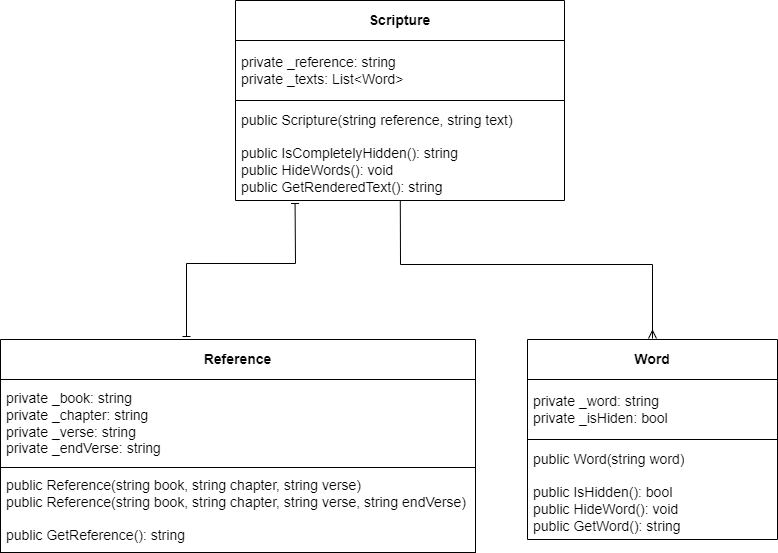
cprincec/cse210-spring-2023-projects keeps this draw.io diagram as prove/Develop03/memorizer.drawio.png. Above is the earlier version. Source tidied: cells renumbered, new cells last; positions are measured from the earlier drawing's top-left corner, leaving out a move shared by most shapes. Its diagram source:
```xml
<mxGraphModel background="#ffffff">
  <root>
    <mxCell id="0" />
    <mxCell id="1" parent="0" />
    <mxCell id="2" style="html=1;fontSize=7;exitX=0.183;exitY=1.032;exitDx=0;exitDy=0;exitPerimeter=0;rounded=0;endArrow=baseDash;endFill=0;startArrow=baseDash;startFill=0;strokeColor=#000000;" parent="1" edge="1" source="7">
      <mxGeometry relative="1" as="geometry">
        <mxPoint x="186" y="336" as="targetPoint" />
        <Array as="points">
          <mxPoint x="295" y="263" />
          <mxPoint x="186" y="263" />
        </Array>
      </mxGeometry>
    </mxCell>
    <mxCell id="3" style="edgeStyle=none;rounded=0;html=1;entryX=0.5;entryY=0;entryDx=0;entryDy=0;fontSize=7;endArrow=ERmany;endFill=0;strokeColor=#000000;" parent="1" edge="1" source="4" target="8">
      <mxGeometry relative="1" as="geometry">
        <Array as="points">
          <mxPoint x="400" y="264" />
          <mxPoint x="652" y="264" />
        </Array>
      </mxGeometry>
    </mxCell>
    <mxCell id="4" value="&lt;b&gt;&lt;font style=&quot;font-size: 14px;&quot;&gt;Scripture&lt;/font&gt;&lt;/b&gt;" style="swimlane;fontStyle=0;horizontal=1;startSize=40;whiteSpace=wrap;html=1;strokeColor=#000000;fillColor=none;fontColor=#000000;" parent="1" vertex="1">
      <mxGeometry x="235" width="329" height="200" as="geometry" />
    </mxCell>
    <mxCell id="5" value="&lt;font style=&quot;font-size: 14px;&quot;&gt;private _reference: string&lt;br&gt;private _texts: List&amp;lt;Word&amp;gt;&lt;/font&gt;" style="text;align=left;verticalAlign=middle;spacingLeft=4;spacingRight=4;overflow=hidden;whiteSpace=wrap;html=1;strokeWidth=1;perimeterSpacing=1;strokeColor=#000000;fontColor=#000000;" parent="4" vertex="1">
      <mxGeometry y="40" width="329" height="60" as="geometry" />
    </mxCell>
    <mxCell id="6" value="&lt;font style=&quot;font-size: 14px;&quot;&gt;public Scripture(string reference, string text)&lt;/font&gt;" style="text;strokeColor=none;fillColor=none;align=left;verticalAlign=middle;spacingLeft=4;spacingRight=4;overflow=hidden;whiteSpace=wrap;html=1;fontColor=#000000;" parent="4" vertex="1">
      <mxGeometry y="100" width="329" height="40" as="geometry" />
    </mxCell>
    <mxCell id="7" value="&lt;font style=&quot;font-size: 14px;&quot;&gt;public IsCompletelyHidden(): string&lt;br&gt;public HideWords(): void&lt;br&gt;public GetRenderedText(): string&lt;/font&gt;" style="text;strokeColor=none;fillColor=none;align=left;verticalAlign=middle;spacingLeft=4;spacingRight=4;overflow=hidden;points=[[0,0.5],[1,0.5]];portConstraint=eastwest;whiteSpace=wrap;html=1;perimeterSpacing=1;fontColor=#000000;" parent="4" vertex="1">
      <mxGeometry y="140" width="329" height="60" as="geometry" />
    </mxCell>
    <mxCell id="8" value="&lt;b&gt;&lt;font style=&quot;font-size: 14px;&quot;&gt;Word&lt;/font&gt;&lt;/b&gt;" style="swimlane;fontStyle=0;horizontal=1;startSize=40;whiteSpace=wrap;html=1;fillColor=none;strokeColor=#000000;perimeterSpacing=1;fontColor=#000000;" parent="1" vertex="1">
      <mxGeometry x="527" y="339" width="250" height="200" as="geometry" />
    </mxCell>
    <mxCell id="9" value="&lt;font style=&quot;font-size: 14px;&quot;&gt;private _word: string&lt;br&gt;private _isHiden: bool&lt;/font&gt;" style="text;strokeColor=#000000;fillColor=none;align=left;verticalAlign=middle;spacingLeft=4;spacingRight=4;overflow=hidden;whiteSpace=wrap;html=1;strokeWidth=1;perimeterSpacing=1;fontColor=#000000;" parent="8" vertex="1">
      <mxGeometry y="40" width="250" height="60" as="geometry" />
    </mxCell>
    <mxCell id="10" value="&lt;font style=&quot;font-size: 14px;&quot;&gt;public Word(string word)&lt;/font&gt;" style="text;strokeColor=none;fillColor=none;align=left;verticalAlign=middle;spacingLeft=4;spacingRight=4;overflow=hidden;whiteSpace=wrap;html=1;fontColor=#000000;" parent="8" vertex="1">
      <mxGeometry y="100" width="250" height="40" as="geometry" />
    </mxCell>
    <mxCell id="11" value="&lt;font style=&quot;font-size: 14px;&quot;&gt;public IsHidden(): bool&lt;br&gt;public HideWord(): void&lt;br&gt;public GetWord(): string&lt;/font&gt;" style="text;strokeColor=none;fillColor=none;align=left;verticalAlign=middle;spacingLeft=4;spacingRight=4;overflow=hidden;whiteSpace=wrap;html=1;perimeterSpacing=1;fontColor=#000000;" parent="8" vertex="1">
      <mxGeometry y="140" width="250" height="60" as="geometry" />
    </mxCell>
    <mxCell id="12" value="&lt;b&gt;&lt;font style=&quot;font-size: 14px;&quot;&gt;Reference&lt;/font&gt;&lt;/b&gt;" style="swimlane;fontStyle=0;horizontal=1;startSize=40;whiteSpace=wrap;html=1;rounded=0;shadow=0;glass=0;fillStyle=auto;fillColor=none;strokeColor=#000000;strokeWidth=1;fontColor=#000000;" parent="1" vertex="1">
      <mxGeometry y="339" width="475" height="213" as="geometry" />
    </mxCell>
    <mxCell id="13" value="&lt;font style=&quot;font-size: 14px;&quot;&gt;private _book: string&lt;br&gt;private _chapter: string&lt;br&gt;private _verse: string&lt;br&gt;private _endVerse: string&lt;/font&gt;" style="text;strokeColor=#000000;fillColor=none;align=left;verticalAlign=middle;spacingLeft=4;spacingRight=4;overflow=hidden;whiteSpace=wrap;html=1;strokeWidth=1;perimeterSpacing=1;fontColor=#000000;" parent="12" vertex="1">
      <mxGeometry y="40" width="475" height="88" as="geometry" />
    </mxCell>
    <mxCell id="14" value="&lt;font style=&quot;font-size: 14px;&quot;&gt;public Reference(string book, string chapter, string verse)&lt;br&gt;public Reference(string book, string chapter, string verse, string endVerse)&lt;br&gt;&lt;br&gt;public GetReference(): string&lt;/font&gt;" style="text;strokeColor=#000000;fillColor=none;align=left;verticalAlign=middle;spacingLeft=4;spacingRight=4;overflow=hidden;whiteSpace=wrap;html=1;fontColor=#000000;" parent="12" vertex="1">
      <mxGeometry y="128" width="475" height="85" as="geometry" />
    </mxCell>
  </root>
</mxGraphModel>
```
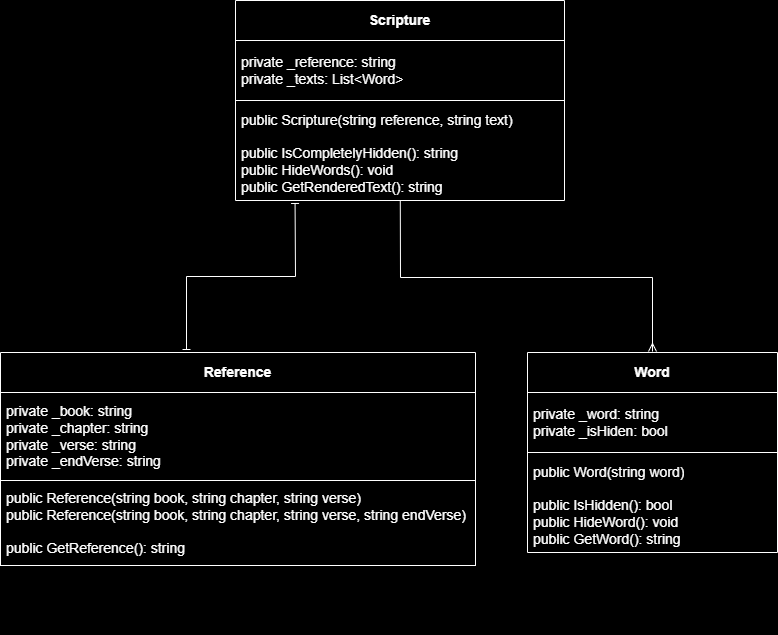
Later version of the same file.

Diff of the diagram source:
```diff
@@ -1,8 +1,8 @@
-<mxGraphModel background="#ffffff">
+<mxGraphModel background="#000000">
   <root>
     <mxCell id="0" />
     <mxCell id="1" parent="0" />
-    <mxCell id="2" style="html=1;fontSize=7;exitX=0.183;exitY=1.032;exitDx=0;exitDy=0;exitPerimeter=0;rounded=0;endArrow=baseDash;endFill=0;startArrow=baseDash;startFill=0;strokeColor=#000000;" parent="1" edge="1" source="7">
+    <mxCell id="2" style="html=1;fontSize=7;exitX=0.183;exitY=1.032;exitDx=0;exitDy=0;exitPerimeter=0;rounded=0;endArrow=baseDash;endFill=0;startArrow=baseDash;startFill=0;strokeColor=#FFFFFF;" parent="1" edge="1" source="7">
       <mxGeometry relative="1" as="geometry">
         <mxPoint x="186" y="336" as="targetPoint" />
         <Array as="points">
@@ -11,7 +11,7 @@
         </Array>
       </mxGeometry>
     </mxCell>
-    <mxCell id="3" style="edgeStyle=none;rounded=0;html=1;entryX=0.5;entryY=0;entryDx=0;entryDy=0;fontSize=7;endArrow=ERmany;endFill=0;strokeColor=#000000;" parent="1" edge="1" source="4" target="8">
+    <mxCell id="3" style="edgeStyle=none;rounded=0;html=1;entryX=0.5;entryY=0;entryDx=0;entryDy=0;fontSize=7;endArrow=ERmany;endFill=0;strokeColor=#FFFFFF;" parent="1" edge="1" source="4" target="8">
       <mxGeometry relative="1" as="geometry">
         <Array as="points">
           <mxPoint x="400" y="264" />
@@ -19,38 +19,41 @@
         </Array>
       </mxGeometry>
     </mxCell>
-    <mxCell id="4" value="&lt;b&gt;&lt;font style=&quot;font-size: 14px;&quot;&gt;Scripture&lt;/font&gt;&lt;/b&gt;" style="swimlane;fontStyle=0;horizontal=1;startSize=40;whiteSpace=wrap;html=1;strokeColor=#000000;fillColor=none;fontColor=#000000;" parent="1" vertex="1">
-      <mxGeometry x="235" width="329" height="200" as="geometry" />
+    <mxCell id="4" value="&lt;b&gt;&lt;font color=&quot;#ffffff&quot; style=&quot;font-size: 14px;&quot;&gt;Scripture&lt;/font&gt;&lt;/b&gt;" style="swimlane;fontStyle=0;horizontal=1;startSize=40;whiteSpace=wrap;html=1;strokeColor=#FFFFFF;fillColor=none;fontColor=#000000;" parent="1" vertex="1">
+      <mxGeometry x="235" y="-13" width="329" height="200" as="geometry" />
     </mxCell>
-    <mxCell id="5" value="&lt;font style=&quot;font-size: 14px;&quot;&gt;private _reference: string&lt;br&gt;private _texts: List&amp;lt;Word&amp;gt;&lt;/font&gt;" style="text;align=left;verticalAlign=middle;spacingLeft=4;spacingRight=4;overflow=hidden;whiteSpace=wrap;html=1;strokeWidth=1;perimeterSpacing=1;strokeColor=#000000;fontColor=#000000;" parent="4" vertex="1">
+    <mxCell id="5" value="&lt;font color=&quot;#ffffff&quot; style=&quot;font-size: 14px;&quot;&gt;private _reference: string&lt;br&gt;private _texts: List&amp;lt;Word&amp;gt;&lt;/font&gt;" style="text;align=left;verticalAlign=middle;spacingLeft=4;spacingRight=4;overflow=hidden;whiteSpace=wrap;html=1;strokeWidth=1;perimeterSpacing=1;strokeColor=#FFFFFF;fontColor=#000000;" parent="4" vertex="1">
       <mxGeometry y="40" width="329" height="60" as="geometry" />
     </mxCell>
-    <mxCell id="6" value="&lt;font style=&quot;font-size: 14px;&quot;&gt;public Scripture(string reference, string text)&lt;/font&gt;" style="text;strokeColor=none;fillColor=none;align=left;verticalAlign=middle;spacingLeft=4;spacingRight=4;overflow=hidden;whiteSpace=wrap;html=1;fontColor=#000000;" parent="4" vertex="1">
+    <mxCell id="6" value="&lt;font color=&quot;#ffffff&quot; style=&quot;font-size: 14px;&quot;&gt;public Scripture(string reference, string text)&lt;/font&gt;" style="text;strokeColor=none;fillColor=none;align=left;verticalAlign=middle;spacingLeft=4;spacingRight=4;overflow=hidden;whiteSpace=wrap;html=1;fontColor=#000000;" parent="4" vertex="1">
       <mxGeometry y="100" width="329" height="40" as="geometry" />
     </mxCell>
-    <mxCell id="7" value="&lt;font style=&quot;font-size: 14px;&quot;&gt;public IsCompletelyHidden(): string&lt;br&gt;public HideWords(): void&lt;br&gt;public GetRenderedText(): string&lt;/font&gt;" style="text;strokeColor=none;fillColor=none;align=left;verticalAlign=middle;spacingLeft=4;spacingRight=4;overflow=hidden;points=[[0,0.5],[1,0.5]];portConstraint=eastwest;whiteSpace=wrap;html=1;perimeterSpacing=1;fontColor=#000000;" parent="4" vertex="1">
+    <mxCell id="7" value="&lt;font color=&quot;#ffffff&quot; style=&quot;font-size: 14px;&quot;&gt;public IsCompletelyHidden(): string&lt;br&gt;public HideWords(): void&lt;br&gt;public GetRenderedText(): string&lt;/font&gt;" style="text;strokeColor=none;fillColor=none;align=left;verticalAlign=middle;spacingLeft=4;spacingRight=4;overflow=hidden;points=[[0,0.5],[1,0.5]];portConstraint=eastwest;whiteSpace=wrap;html=1;perimeterSpacing=1;fontColor=#000000;" parent="4" vertex="1">
       <mxGeometry y="140" width="329" height="60" as="geometry" />
     </mxCell>
-    <mxCell id="8" value="&lt;b&gt;&lt;font style=&quot;font-size: 14px;&quot;&gt;Word&lt;/font&gt;&lt;/b&gt;" style="swimlane;fontStyle=0;horizontal=1;startSize=40;whiteSpace=wrap;html=1;fillColor=none;strokeColor=#000000;perimeterSpacing=1;fontColor=#000000;" parent="1" vertex="1">
+    <mxCell id="8" value="&lt;b&gt;&lt;font color=&quot;#ffffff&quot; style=&quot;font-size: 14px;&quot;&gt;Word&lt;/font&gt;&lt;/b&gt;" style="swimlane;fontStyle=0;horizontal=1;startSize=40;whiteSpace=wrap;html=1;fillColor=none;strokeColor=#FFFFFF;perimeterSpacing=1;fontColor=#000000;" parent="1" vertex="1">
       <mxGeometry x="527" y="339" width="250" height="200" as="geometry" />
     </mxCell>
-    <mxCell id="9" value="&lt;font style=&quot;font-size: 14px;&quot;&gt;private _word: string&lt;br&gt;private _isHiden: bool&lt;/font&gt;" style="text;strokeColor=#000000;fillColor=none;align=left;verticalAlign=middle;spacingLeft=4;spacingRight=4;overflow=hidden;whiteSpace=wrap;html=1;strokeWidth=1;perimeterSpacing=1;fontColor=#000000;" parent="8" vertex="1">
+    <mxCell id="9" value="&lt;font color=&quot;#ffffff&quot; style=&quot;font-size: 14px;&quot;&gt;private _word: string&lt;br&gt;private _isHiden: bool&lt;/font&gt;" style="text;strokeColor=#FFFFFF;fillColor=none;align=left;verticalAlign=middle;spacingLeft=4;spacingRight=4;overflow=hidden;whiteSpace=wrap;html=1;strokeWidth=1;perimeterSpacing=1;fontColor=#000000;" parent="8" vertex="1">
       <mxGeometry y="40" width="250" height="60" as="geometry" />
     </mxCell>
-    <mxCell id="10" value="&lt;font style=&quot;font-size: 14px;&quot;&gt;public Word(string word)&lt;/font&gt;" style="text;strokeColor=none;fillColor=none;align=left;verticalAlign=middle;spacingLeft=4;spacingRight=4;overflow=hidden;whiteSpace=wrap;html=1;fontColor=#000000;" parent="8" vertex="1">
+    <mxCell id="10" value="&lt;font color=&quot;#ffffff&quot; style=&quot;font-size: 14px;&quot;&gt;public Word(string word)&lt;/font&gt;" style="text;strokeColor=none;fillColor=none;align=left;verticalAlign=middle;spacingLeft=4;spacingRight=4;overflow=hidden;whiteSpace=wrap;html=1;fontColor=#000000;" parent="8" vertex="1">
       <mxGeometry y="100" width="250" height="40" as="geometry" />
     </mxCell>
-    <mxCell id="11" value="&lt;font style=&quot;font-size: 14px;&quot;&gt;public IsHidden(): bool&lt;br&gt;public HideWord(): void&lt;br&gt;public GetWord(): string&lt;/font&gt;" style="text;strokeColor=none;fillColor=none;align=left;verticalAlign=middle;spacingLeft=4;spacingRight=4;overflow=hidden;whiteSpace=wrap;html=1;perimeterSpacing=1;fontColor=#000000;" parent="8" vertex="1">
+    <mxCell id="11" value="&lt;font color=&quot;#ffffff&quot; style=&quot;font-size: 14px;&quot;&gt;public IsHidden(): bool&lt;br&gt;public HideWord(): void&lt;br&gt;public GetWord(): string&lt;/font&gt;" style="text;strokeColor=none;fillColor=none;align=left;verticalAlign=middle;spacingLeft=4;spacingRight=4;overflow=hidden;whiteSpace=wrap;html=1;perimeterSpacing=1;fontColor=#000000;" parent="8" vertex="1">
       <mxGeometry y="140" width="250" height="60" as="geometry" />
     </mxCell>
-    <mxCell id="12" value="&lt;b&gt;&lt;font style=&quot;font-size: 14px;&quot;&gt;Reference&lt;/font&gt;&lt;/b&gt;" style="swimlane;fontStyle=0;horizontal=1;startSize=40;whiteSpace=wrap;html=1;rounded=0;shadow=0;glass=0;fillStyle=auto;fillColor=none;strokeColor=#000000;strokeWidth=1;fontColor=#000000;" parent="1" vertex="1">
+    <mxCell id="12" value="&lt;b&gt;&lt;font color=&quot;#ffffff&quot; style=&quot;font-size: 14px;&quot;&gt;Reference&lt;/font&gt;&lt;/b&gt;" style="swimlane;fontStyle=0;horizontal=1;startSize=40;whiteSpace=wrap;html=1;rounded=0;shadow=0;glass=0;fillStyle=auto;fillColor=none;strokeColor=#FFFFFF;strokeWidth=1;fontColor=#000000;" parent="1" vertex="1">
       <mxGeometry y="339" width="475" height="213" as="geometry" />
     </mxCell>
-    <mxCell id="13" value="&lt;font style=&quot;font-size: 14px;&quot;&gt;private _book: string&lt;br&gt;private _chapter: string&lt;br&gt;private _verse: string&lt;br&gt;private _endVerse: string&lt;/font&gt;" style="text;strokeColor=#000000;fillColor=none;align=left;verticalAlign=middle;spacingLeft=4;spacingRight=4;overflow=hidden;whiteSpace=wrap;html=1;strokeWidth=1;perimeterSpacing=1;fontColor=#000000;" parent="12" vertex="1">
+    <mxCell id="13" value="&lt;font color=&quot;#ffffff&quot; style=&quot;font-size: 14px;&quot;&gt;private _book: string&lt;br&gt;private _chapter: string&lt;br&gt;private _verse: string&lt;br&gt;private _endVerse: string&lt;/font&gt;" style="text;strokeColor=#FFFFFF;fillColor=none;align=left;verticalAlign=middle;spacingLeft=4;spacingRight=4;overflow=hidden;whiteSpace=wrap;html=1;strokeWidth=1;perimeterSpacing=1;fontColor=#000000;" parent="12" vertex="1">
       <mxGeometry y="40" width="475" height="88" as="geometry" />
     </mxCell>
-    <mxCell id="14" value="&lt;font style=&quot;font-size: 14px;&quot;&gt;public Reference(string book, string chapter, string verse)&lt;br&gt;public Reference(string book, string chapter, string verse, string endVerse)&lt;br&gt;&lt;br&gt;public GetReference(): string&lt;/font&gt;" style="text;strokeColor=#000000;fillColor=none;align=left;verticalAlign=middle;spacingLeft=4;spacingRight=4;overflow=hidden;whiteSpace=wrap;html=1;fontColor=#000000;" parent="12" vertex="1">
+    <mxCell id="14" value="&lt;font color=&quot;#ffffff&quot; style=&quot;font-size: 14px;&quot;&gt;public Reference(string book, string chapter, string verse)&lt;br&gt;public Reference(string book, string chapter, string verse, string endVerse)&lt;br&gt;&lt;br&gt;public GetReference(): string&lt;/font&gt;" style="text;strokeColor=#FFFFFF;fillColor=none;align=left;verticalAlign=middle;spacingLeft=4;spacingRight=4;overflow=hidden;whiteSpace=wrap;html=1;fontColor=#000000;" parent="12" vertex="1">
       <mxGeometry y="128" width="475" height="85" as="geometry" />
     </mxCell>
+    <mxCell id="15" value="`" style="text;html=1;align=center;verticalAlign=middle;strokeColor=none;fillColor=none;" parent="1" vertex="1">
+      <mxGeometry x="655" y="595" width="22" height="26" as="geometry" />
+    </mxCell>
   </root>
 </mxGraphModel>
```
